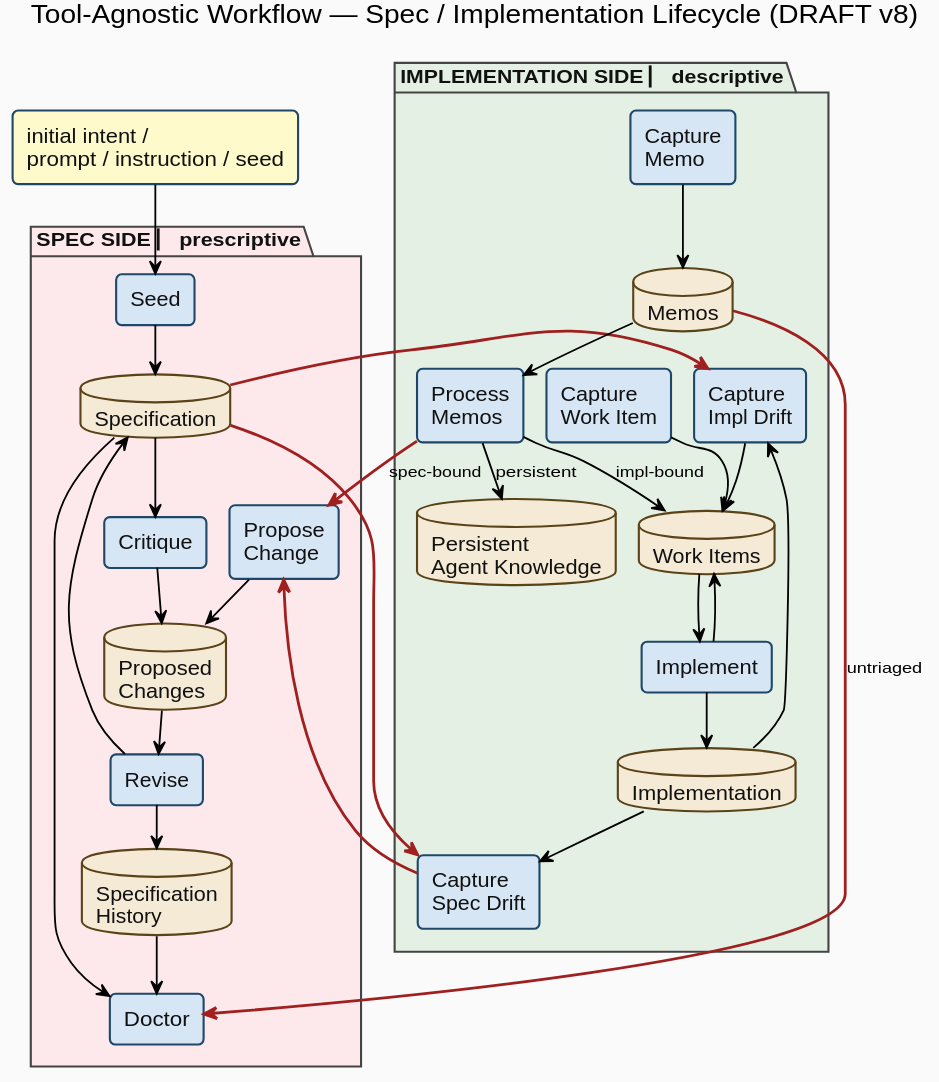
Above: research/workflow-processes/diagrams/draft-tool-agnostic-workflow.svg in thewoolleyman/livespec (PlantUML), before the change.
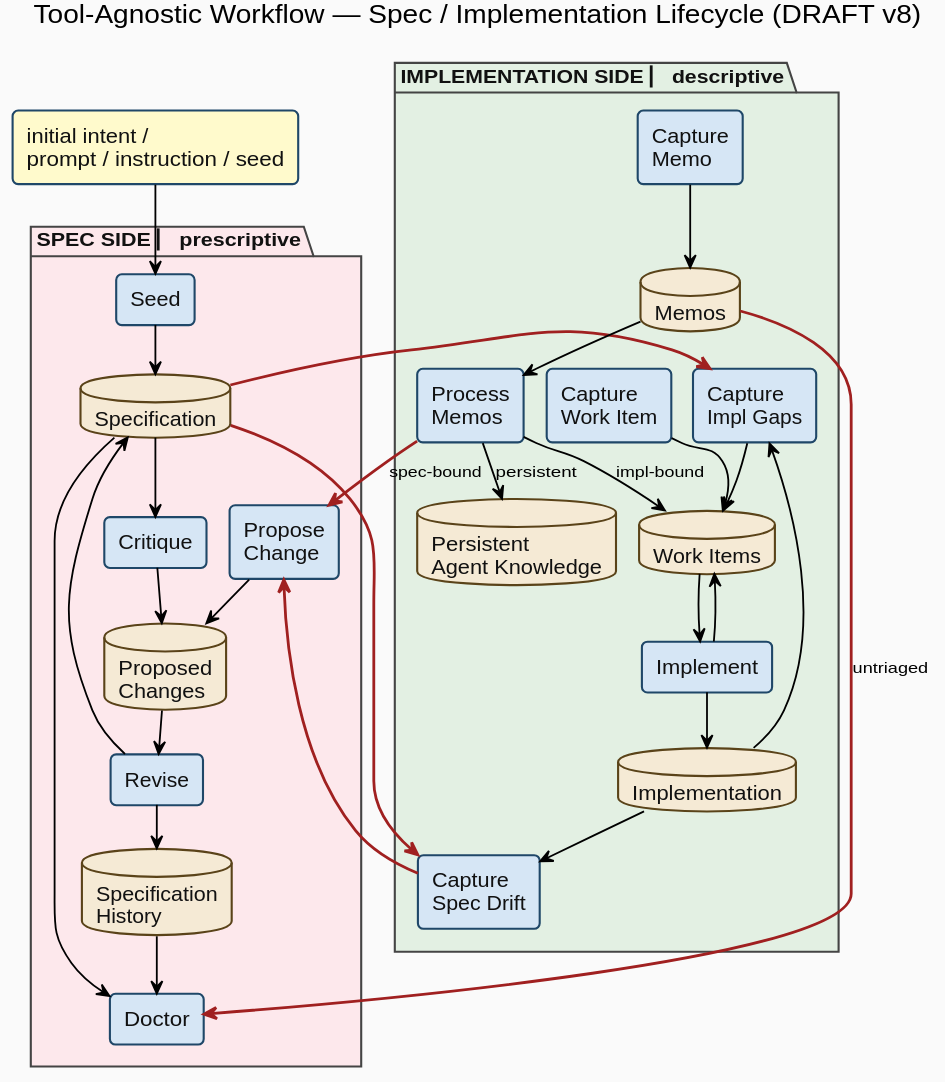
The same file after the commit.

Commit message:
docs(research): rename Capture Impl Drift → Capture Impl Gaps; drop imperative window; compress layout history

Change to the diagram source:
```diff
@@ -52,7 +52,7 @@
 
 
 package "IMPLEMENTATION SIDE  ▏ descriptive" as ImplPkg #e3f0e3 {
-  rectangle "Capture\nImpl Drift" as CaptureImplDrift
+  rectangle "Capture\nImpl Gaps" as CaptureImplGaps
   rectangle "Capture\nWork Item" as CaptureWorkItem
   rectangle "Implement" as Implement
   rectangle "Capture\nSpec Drift" as CaptureSpecDrift
@@ -78,12 +78,12 @@
 Spec --> Doctor
 History --> Doctor
 
-Spec -[#a02020,thickness=2]-> CaptureImplDrift
+Spec -[#a02020,thickness=2]-> CaptureImplGaps
 
 Spec -[#a02020,thickness=2]-> CaptureSpecDrift
 
-Impl --> CaptureImplDrift
-CaptureImplDrift --> WorkItems
+Impl --> CaptureImplGaps
+CaptureImplGaps --> WorkItems
 WorkItems --> Implement
 Implement --> Impl
 Implement --> WorkItems
```
